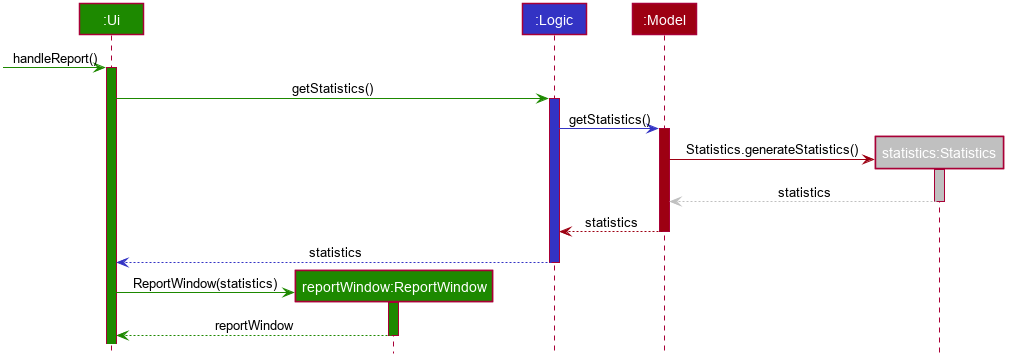
Before: images/ReportWindow.png, a diagram exported from PlantUML (AY1920S1-CS2103T-W11-4/addressbook-level3). Its diagram source:
```plantuml
@startuml












skinparam BackgroundColor #FFFFFFF

skinparam Shadowing false

skinparam Class {
    FontColor #FFFFFF
    BorderThickness 1
    BorderColor #FFFFFF
    StereotypeFontColor #FFFFFF
    FontName Arial
}

skinparam Actor {
    BorderColor #000000
    Color #000000
    FontName Arial
}

skinparam Sequence {
    MessageAlign center
    BoxFontSize 15
    BoxPadding 0
    BoxFontColor #FFFFFF
    FontName Arial
}

skinparam Participant {
    FontColor #FFFFFFF
    Padding 20
}

skinparam MinClassWidth 50
skinparam ParticipantPadding 10
skinparam Shadowing false
skinparam DefaultTextAlignment center
skinparam packageStyle Rectangle

hide footbox
hide members
hide circle

Participant ":Ui" as ui #1D8900
Participant "reportWindow:ReportWindow" as report #1D8900
Participant ":Logic" as logic #3333C4
Participant ":Model" as model #9D0012
Participant "statistics:Statistics" as statistics #Silver

-[#1D8900]> ui : handleReport()
activate ui #1D8900

ui -[#1D8900]> logic : getStatistics()
activate logic #3333C4

logic -[#3333C4]> model : getStatistics()
activate model #9D0012

create statistics
model -[#9D0012]> statistics : Statistics.generateStatistics()
activate statistics #Silver

statistics -[#Silver]-> model : statistics
deactivate statistics

model -[#9D0012]-> logic : statistics
deactivate model

logic -[#3333C4]-> ui : statistics
deactivate logic

create report
ui -[#1D8900]> report : ReportWindow(statistics)
activate report #1D8900

report -[#1D8900]-> ui : reportWindow
deactivate report

@enduml
```
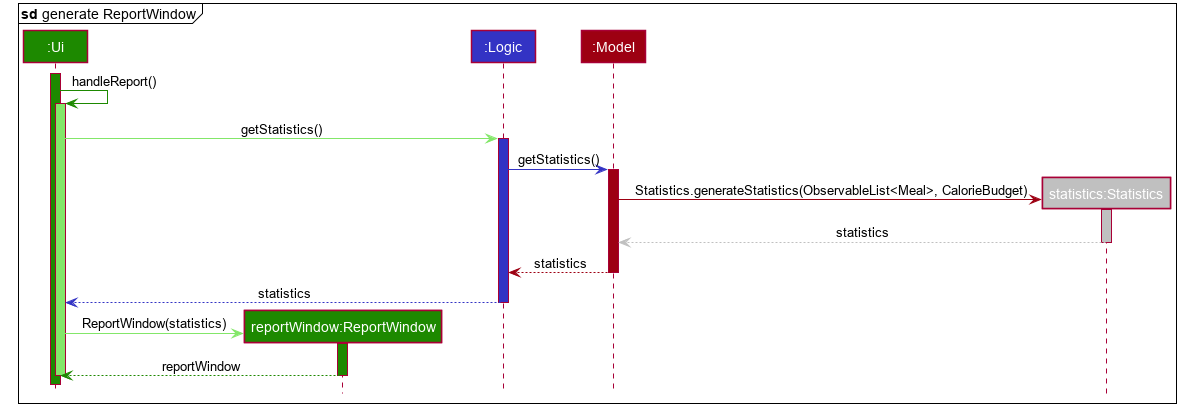
Above is the later version.

What changed in the source:
```diff
@@ -1,4 +1,7 @@
 @startuml
+
+
+
 
 
 
@@ -52,23 +55,26 @@
 hide members
 hide circle
 
+mainframe **sd** generate ReportWindow
+
 Participant ":Ui" as ui #1D8900
 Participant "reportWindow:ReportWindow" as report #1D8900
 Participant ":Logic" as logic #3333C4
 Participant ":Model" as model #9D0012
 Participant "statistics:Statistics" as statistics #Silver
 
--[#1D8900]> ui : handleReport()
 activate ui #1D8900
+ui -[#1D8900]> ui : handleReport()
+activate ui #83E769
 
-ui -[#1D8900]> logic : getStatistics()
+ui -[#83E769]> logic : getStatistics()
 activate logic #3333C4
 
 logic -[#3333C4]> model : getStatistics()
 activate model #9D0012
 
 create statistics
-model -[#9D0012]> statistics : Statistics.generateStatistics()
+model -[#9D0012]> statistics : Statistics.generateStatistics(ObservableList<Meal>, CalorieBudget)
 activate statistics #Silver
 
 statistics -[#Silver]-> model : statistics
@@ -81,10 +87,12 @@
 deactivate logic
 
 create report
-ui -[#1D8900]> report : ReportWindow(statistics)
+ui -[#83E769]> report : ReportWindow(statistics)
 activate report #1D8900
 
 report -[#1D8900]-> ui : reportWindow
 deactivate report
 
+deactivate ui
+
 @enduml
```
